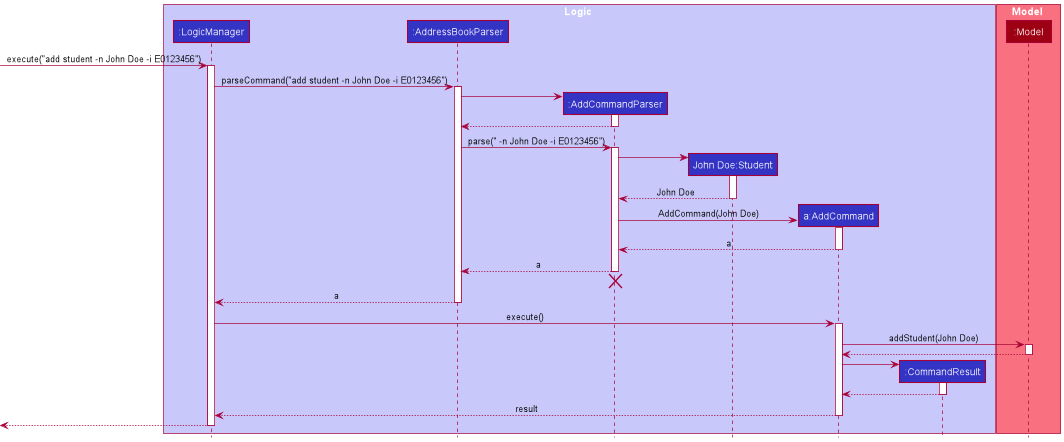
This is docs/images/AddStudentSequenceDiagram.png from nus-cs2103-AY2122S1/tp, a PlantUML export, as it was before one commit.
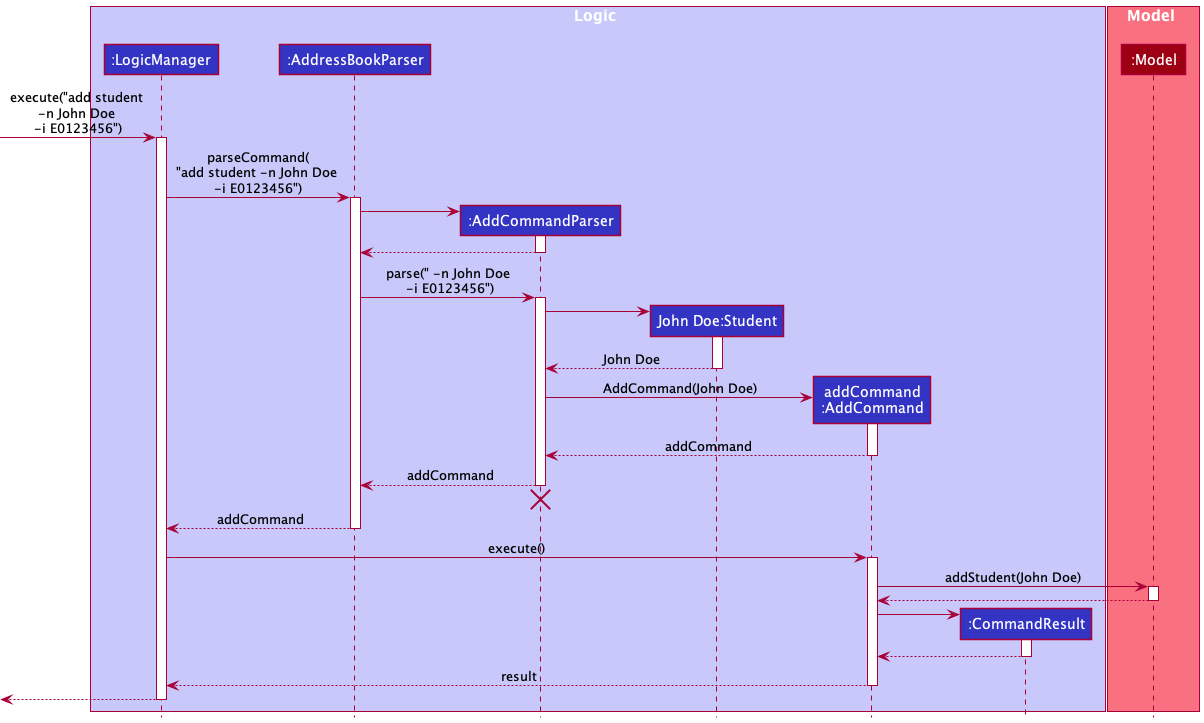
Above is the later version.

What changed in the source:
```diff
@@ -6,7 +6,7 @@
 participant ":AddressBookParser" as AddressBookParser LOGIC_COLOR
 participant ":AddCommandParser" as AddCommandParser LOGIC_COLOR
 participant "John Doe:Student" as Student LOGIC_COLOR
-participant "a:AddCommand" as AddCommand LOGIC_COLOR
+participant "addCommand\n:AddCommand" as AddCommand LOGIC_COLOR
 participant ":CommandResult" as CommandResult LOGIC_COLOR
 end box
 
@@ -14,10 +14,10 @@
 participant ":Model" as Model MODEL_COLOR
 end box
 
-[-> LogicManager : execute("add student -n John Doe -i E0123456")
+[-> LogicManager : execute("add student \n-n John Doe \n-i E0123456")
 activate LogicManager
 
-LogicManager -> AddressBookParser : parseCommand("add student -n John Doe -i E0123456")
+LogicManager -> AddressBookParser : parseCommand(\n"add student -n John Doe \n-i E0123456")
 activate AddressBookParser
 
 create AddCommandParser
@@ -27,7 +27,7 @@
 AddCommandParser --> AddressBookParser
 deactivate AddCommandParser
 
-AddressBookParser -> AddCommandParser : parse(" -n John Doe -i E0123456")
+AddressBookParser -> AddCommandParser : parse(" -n John Doe\n -i E0123456")
 activate AddCommandParser
 
 create Student
@@ -41,15 +41,15 @@
 AddCommandParser -> AddCommand : AddCommand(John Doe)
 activate AddCommand
 
-AddCommand --> AddCommandParser : a
+AddCommand --> AddCommandParser : addCommand
 deactivate AddCommand
 
-AddCommandParser --> AddressBookParser : a
+AddCommandParser --> AddressBookParser : addCommand
 deactivate AddCommandParser
 AddCommandParser -[hidden]-> AddressBookParser
 destroy AddCommandParser
 
-AddressBookParser --> LogicManager : a
+AddressBookParser --> LogicManager : addCommand
 deactivate AddressBookParser
 
 LogicManager -> AddCommand : execute()
```
